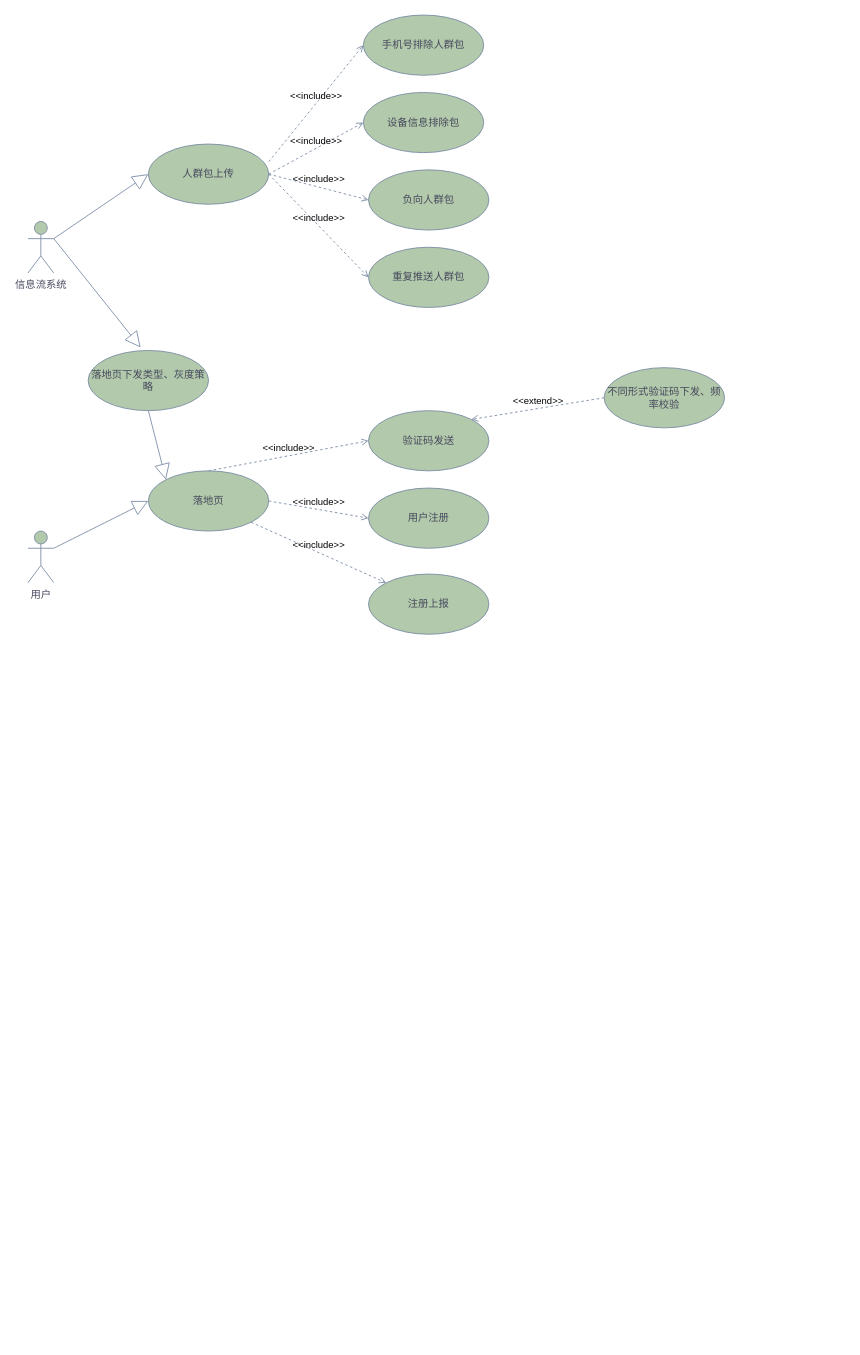
Earlier version of the draw.io diagram 信息流用例图.drawio (yuanlj-tea/picgo). Source tidied: cells renumbered, new cells numbered last; positions are measured from the earlier drawing's top-left corner, leaving out a move shared by most shapes. Both pictures are drawn from the tidied source at 86%, with x=0, y=0 at pixel (28, 15).
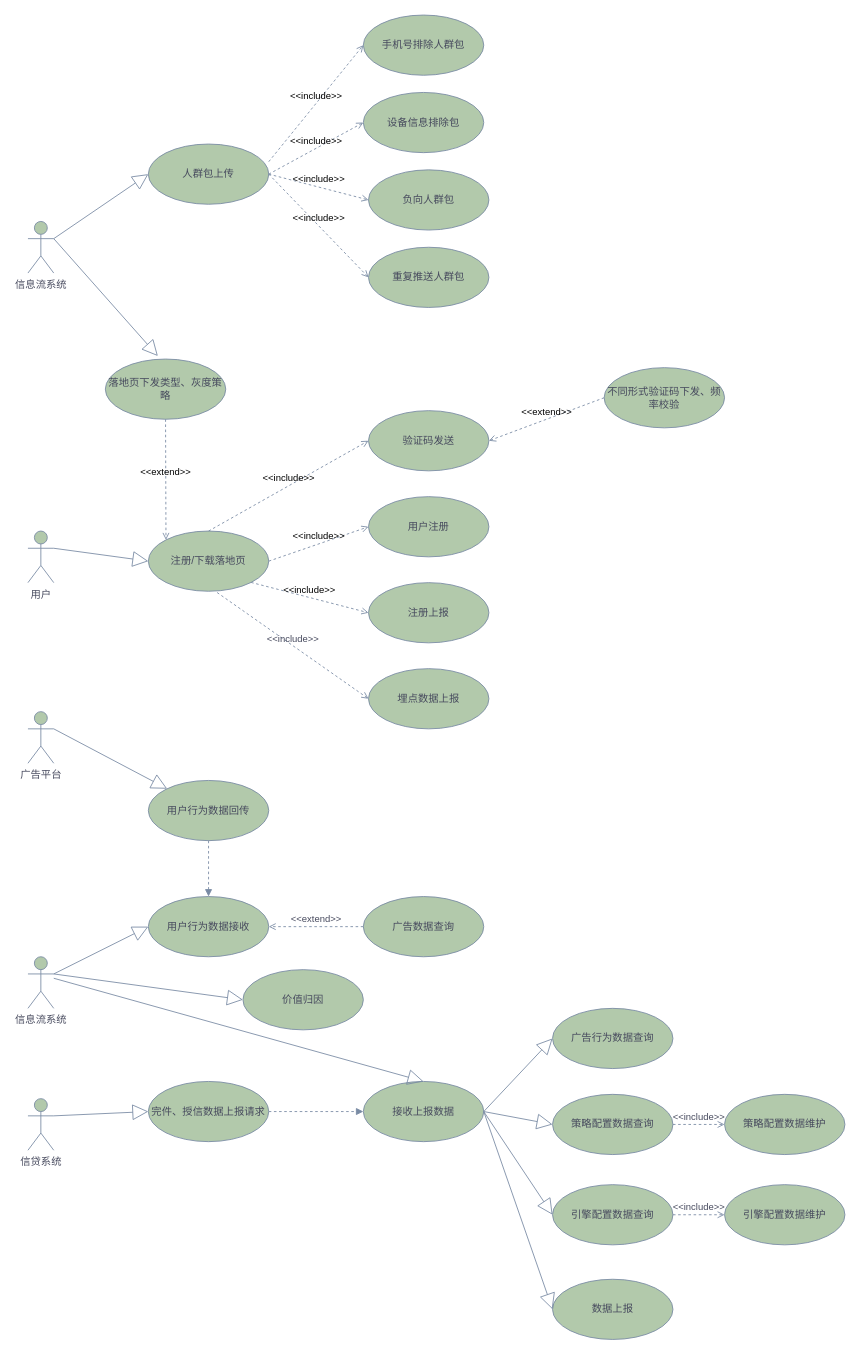
Above is the later version.

Commit message (it also covers changes not shown here):
更新信息流用例图.drawio

The change refers to these unchanged cells:
```xml
<mxCell id="16" value="验证码发送" style="ellipse;whiteSpace=wrap;html=1;labelBackgroundColor=none;fillColor=#B2C9AB;strokeColor=#788AA3;fontColor=#46495D;" parent="1" vertex="1">
  <mxGeometry x="396" y="460" width="140" height="70" as="geometry" />
</mxCell>
<mxCell id="18" value="不同形式验证码下发、频率校验" style="ellipse;whiteSpace=wrap;html=1;labelBackgroundColor=none;fillColor=#B2C9AB;strokeColor=#788AA3;fontColor=#46495D;" parent="1" vertex="1">
  <mxGeometry x="670" y="410" width="140" height="70" as="geometry" />
</mxCell>
```

What changed in the source:
```diff
@@
-    <mxCell id="3" value="落地页" style="ellipse;whiteSpace=wrap;html=1;labelBackgroundColor=none;fillColor=#B2C9AB;strokeColor=#788AA3;fontColor=#46495D;" parent="1" vertex="1">
-      <mxGeometry x="140" y="530" width="140" height="70" as="geometry" />
+    <mxCell id="3" value="注册/下载落地页" style="ellipse;whiteSpace=wrap;html=1;labelBackgroundColor=none;fillColor=#B2C9AB;strokeColor=#788AA3;fontColor=#46495D;" parent="1" vertex="1">
+      <mxGeometry x="140" y="600" width="140" height="70" as="geometry" />
     </mxCell>
@@
     <mxCell id="17" value="用户注册" style="ellipse;whiteSpace=wrap;html=1;labelBackgroundColor=none;fillColor=#B2C9AB;strokeColor=#788AA3;fontColor=#46495D;" parent="1" vertex="1">
-      <mxGeometry x="396" y="550" width="140" height="70" as="geometry" />
+      <mxGeometry x="396" y="560" width="140" height="70" as="geometry" />
     </mxCell>
@@
-    <mxCell id="19" value="&amp;lt;&amp;lt;extend&amp;gt;&amp;gt;" style="html=1;verticalAlign=bottom;labelBackgroundColor=none;endArrow=open;endFill=0;dashed=1;rounded=0;strokeColor=#788AA3;fontColor=default;fillColor=#B2C9AB;exitX=0;exitY=0.5;exitDx=0;exitDy=0;entryX=1;entryY=0;entryDx=0;entryDy=0;" parent="1" edge="1" source="18" target="16">
+    <mxCell id="19" value="&amp;lt;&amp;lt;extend&amp;gt;&amp;gt;" style="html=1;verticalAlign=bottom;labelBackgroundColor=none;endArrow=open;endFill=0;dashed=1;rounded=0;strokeColor=#788AA3;fontColor=default;fillColor=#B2C9AB;exitX=0;exitY=0.5;exitDx=0;exitDy=0;entryX=1;entryY=0.5;entryDx=0;entryDy=0;" parent="1" edge="1" source="18" target="16">
       <mxGeometry relative="1" as="geometry" />
     </mxCell>
@@
     <mxCell id="22" value="注册上报" style="ellipse;whiteSpace=wrap;html=1;labelBackgroundColor=none;fillColor=#B2C9AB;strokeColor=#788AA3;fontColor=#46495D;" parent="1" vertex="1">
-      <mxGeometry x="396" y="650" width="140" height="70" as="geometry" />
+      <mxGeometry x="396" y="660" width="140" height="70" as="geometry" />
     </mxCell>
-    <mxCell id="23" value="&amp;lt;&amp;lt;include&amp;gt;&amp;gt;" style="html=1;verticalAlign=bottom;labelBackgroundColor=none;endArrow=open;endFill=0;dashed=1;rounded=0;strokeColor=#788AA3;fontColor=default;fillColor=#B2C9AB;exitX=1;exitY=1;exitDx=0;exitDy=0;entryX=0;entryY=0;entryDx=0;entryDy=0;" parent="1" edge="1" source="3" target="22">
+    <mxCell id="23" value="&amp;lt;&amp;lt;include&amp;gt;&amp;gt;" style="html=1;verticalAlign=bottom;labelBackgroundColor=none;endArrow=open;endFill=0;dashed=1;rounded=0;strokeColor=#788AA3;fontColor=default;fillColor=#B2C9AB;exitX=1;exitY=1;exitDx=0;exitDy=0;entryX=0;entryY=0.5;entryDx=0;entryDy=0;" parent="1" edge="1" source="3" target="22">
       <mxGeometry relative="1" as="geometry" />
     </mxCell>
     <mxCell id="24" value="落地页下发类型、灰度策略" style="ellipse;whiteSpace=wrap;html=1;labelBackgroundColor=none;fillColor=#B2C9AB;strokeColor=#788AA3;fontColor=#46495D;" parent="1" vertex="1">
-      <mxGeometry x="70" y="390" width="140" height="70" as="geometry" />
+      <mxGeometry x="90" y="400" width="140" height="70" as="geometry" />
     </mxCell>
@@
-    <mxCell id="26" style="endArrow=block;endSize=16;endFill=0;html=1;rounded=0;entryX=0;entryY=0;entryDx=0;entryDy=0;exitX=0.5;exitY=1;exitDx=0;exitDy=0;labelBackgroundColor=none;strokeColor=#788AA3;fontColor=default;" parent="1" edge="1" source="24" target="3">
+    <mxCell id="26" value="&amp;lt;&amp;lt;extend&amp;gt;&amp;gt;" style="html=1;verticalAlign=bottom;labelBackgroundColor=none;endArrow=open;endFill=0;dashed=1;rounded=0;strokeColor=#788AA3;fontColor=default;fillColor=#B2C9AB;exitX=0.5;exitY=1;exitDx=0;exitDy=0;entryX=0;entryY=0;entryDx=0;entryDy=0;" parent="1" edge="1" source="24" target="3">
       <mxGeometry relative="1" as="geometry" />
     </mxCell>
+    <mxCell id="27" value="埋点数据上报" style="ellipse;whiteSpace=wrap;html=1;labelBackgroundColor=none;fillColor=#B2C9AB;strokeColor=#788AA3;fontColor=#46495D;" parent="1" vertex="1">
+      <mxGeometry x="396" y="760" width="140" height="70" as="geometry" />
+    </mxCell>
+    <mxCell id="28" value="&amp;lt;&amp;lt;include&amp;gt;&amp;gt;" style="html=1;verticalAlign=bottom;labelBackgroundColor=none;endArrow=open;endFill=0;dashed=1;rounded=0;strokeColor=#788AA3;fontColor=#46495D;fillColor=#B2C9AB;exitX=0.571;exitY=1.021;exitDx=0;exitDy=0;exitPerimeter=0;entryX=0;entryY=0.5;entryDx=0;entryDy=0;" parent="1" edge="1" source="3" target="27">
+      <mxGeometry relative="1" as="geometry" />
+    </mxCell>
+    <mxCell id="29" value="广告平台" style="shape=umlActor;verticalLabelPosition=bottom;verticalAlign=top;html=1;labelBackgroundColor=none;fillColor=#B2C9AB;strokeColor=#788AA3;fontColor=#46495D;" parent="1" vertex="1">
+      <mxGeometry y="810" width="30" height="60" as="geometry" />
+    </mxCell>
+    <mxCell id="30" value="用户行为数据回传" style="ellipse;whiteSpace=wrap;html=1;labelBackgroundColor=none;fillColor=#B2C9AB;strokeColor=#788AA3;fontColor=#46495D;" parent="1" vertex="1">
+      <mxGeometry x="140" y="890" width="140" height="70" as="geometry" />
+    </mxCell>
+    <mxCell id="31" value="信息流系统" style="shape=umlActor;verticalLabelPosition=bottom;verticalAlign=top;html=1;labelBackgroundColor=none;fillColor=#B2C9AB;strokeColor=#788AA3;fontColor=#46495D;" parent="1" vertex="1">
+      <mxGeometry y="1095" width="30" height="60" as="geometry" />
+    </mxCell>
+    <mxCell id="32" style="endArrow=block;endSize=16;endFill=0;html=1;rounded=0;exitX=1;exitY=0.3333333333333333;exitDx=0;exitDy=0;exitPerimeter=0;labelBackgroundColor=none;strokeColor=#788AA3;fontColor=default;" parent="1" edge="1" source="29" target="30">
+      <mxGeometry relative="1" as="geometry" />
+    </mxCell>
+    <mxCell id="33" value="用户行为数据接收" style="ellipse;whiteSpace=wrap;html=1;labelBackgroundColor=none;fillColor=#B2C9AB;strokeColor=#788AA3;fontColor=#46495D;" parent="1" vertex="1">
+      <mxGeometry x="140" y="1025" width="140" height="70" as="geometry" />
+    </mxCell>
+    <mxCell id="34" style="endArrow=block;endSize=16;endFill=0;html=1;rounded=0;entryX=0;entryY=0.5;entryDx=0;entryDy=0;exitX=1;exitY=0.3333333333333333;exitDx=0;exitDy=0;exitPerimeter=0;labelBackgroundColor=none;strokeColor=#788AA3;fontColor=default;" parent="1" edge="1" source="31" target="33">
+      <mxGeometry relative="1" as="geometry" />
+    </mxCell>
+    <mxCell id="35" style="html=1;verticalAlign=bottom;labelBackgroundColor=none;endArrow=block;endFill=1;dashed=1;rounded=0;strokeColor=#788AA3;fontColor=#46495D;fillColor=#B2C9AB;exitX=0.5;exitY=1;exitDx=0;exitDy=0;entryX=0.5;entryY=0;entryDx=0;entryDy=0;" parent="1" edge="1" source="30" target="33">
+      <mxGeometry relative="1" as="geometry" />
+    </mxCell>
+    <mxCell id="36" value="广告数据查询" style="ellipse;whiteSpace=wrap;html=1;labelBackgroundColor=none;fillColor=#B2C9AB;strokeColor=#788AA3;fontColor=#46495D;" parent="1" vertex="1">
+      <mxGeometry x="390" y="1025" width="140" height="70" as="geometry" />
+    </mxCell>
+    <mxCell id="37" value="&amp;lt;&amp;lt;extend&amp;gt;&amp;gt;" style="html=1;verticalAlign=bottom;labelBackgroundColor=none;endArrow=open;endFill=0;dashed=1;rounded=0;strokeColor=#788AA3;fontColor=#46495D;fillColor=#B2C9AB;exitX=0;exitY=0.5;exitDx=0;exitDy=0;entryX=1;entryY=0.5;entryDx=0;entryDy=0;" parent="1" edge="1" source="36" target="33">
+      <mxGeometry relative="1" as="geometry" />
+    </mxCell>
+    <mxCell id="38" value="信贷系统" style="shape=umlActor;verticalLabelPosition=bottom;verticalAlign=top;html=1;labelBackgroundColor=none;fillColor=#B2C9AB;strokeColor=#788AA3;fontColor=#46495D;" parent="1" vertex="1">
+      <mxGeometry y="1260" width="30" height="60" as="geometry" />
+    </mxCell>
+    <mxCell id="39" value="完件、授信数据上报请求" style="ellipse;whiteSpace=wrap;html=1;labelBackgroundColor=none;fillColor=#B2C9AB;strokeColor=#788AA3;fontColor=#46495D;" parent="1" vertex="1">
+      <mxGeometry x="140" y="1240" width="140" height="70" as="geometry" />
+    </mxCell>
+    <mxCell id="40" style="endArrow=block;endSize=16;endFill=0;html=1;rounded=0;entryX=0;entryY=0.5;entryDx=0;entryDy=0;exitX=1;exitY=0.3333333333333333;exitDx=0;exitDy=0;exitPerimeter=0;labelBackgroundColor=none;strokeColor=#788AA3;fontColor=default;" parent="1" edge="1" source="38" target="39">
+      <mxGeometry relative="1" as="geometry" />
+    </mxCell>
+    <mxCell id="41" value="接收上报数据" style="ellipse;whiteSpace=wrap;html=1;labelBackgroundColor=none;fillColor=#B2C9AB;strokeColor=#788AA3;fontColor=#46495D;" parent="1" vertex="1">
+      <mxGeometry x="390" y="1240" width="140" height="70" as="geometry" />
+    </mxCell>
+    <mxCell id="42" style="endArrow=block;endSize=16;endFill=0;html=1;rounded=0;entryX=0.5;entryY=0;entryDx=0;entryDy=0;labelBackgroundColor=none;strokeColor=#788AA3;fontColor=default;" parent="1" edge="1" target="41">
+      <mxGeometry relative="1" as="geometry">
+        <mxPoint x="30" y="1120" as="sourcePoint" />
+      </mxGeometry>
+    </mxCell>
+    <mxCell id="43" style="html=1;verticalAlign=bottom;labelBackgroundColor=none;endArrow=block;endFill=1;dashed=1;rounded=0;strokeColor=#788AA3;fontColor=#46495D;fillColor=#B2C9AB;exitX=1;exitY=0.5;exitDx=0;exitDy=0;entryX=0;entryY=0.5;entryDx=0;entryDy=0;" parent="1" edge="1" source="39" target="41">
+      <mxGeometry relative="1" as="geometry" />
+    </mxCell>
+    <mxCell id="44" value="广告行为数据查询" style="ellipse;whiteSpace=wrap;html=1;labelBackgroundColor=none;fillColor=#B2C9AB;strokeColor=#788AA3;fontColor=#46495D;" parent="1" vertex="1">
+      <mxGeometry x="610" y="1155" width="140" height="70" as="geometry" />
+    </mxCell>
+    <mxCell id="45" value="策略配置数据查询" style="ellipse;whiteSpace=wrap;html=1;labelBackgroundColor=none;fillColor=#B2C9AB;strokeColor=#788AA3;fontColor=#46495D;" parent="1" vertex="1">
+      <mxGeometry x="610" y="1255" width="140" height="70" as="geometry" />
+    </mxCell>
+    <mxCell id="46" value="引擎配置数据查询" style="ellipse;whiteSpace=wrap;html=1;labelBackgroundColor=none;fillColor=#B2C9AB;strokeColor=#788AA3;fontColor=#46495D;" parent="1" vertex="1">
+      <mxGeometry x="610" y="1360" width="140" height="70" as="geometry" />
+    </mxCell>
+    <mxCell id="47" style="endArrow=block;endSize=16;endFill=0;html=1;rounded=0;entryX=0;entryY=0.5;entryDx=0;entryDy=0;labelBackgroundColor=none;strokeColor=#788AA3;fontColor=default;exitX=1;exitY=0.5;exitDx=0;exitDy=0;" parent="1" edge="1" source="41" target="45">
+      <mxGeometry relative="1" as="geometry" />
+    </mxCell>
+    <mxCell id="48" style="endArrow=block;endSize=16;endFill=0;html=1;rounded=0;entryX=0;entryY=0.5;entryDx=0;entryDy=0;labelBackgroundColor=none;strokeColor=#788AA3;fontColor=default;exitX=1;exitY=0.5;exitDx=0;exitDy=0;" parent="1" edge="1" source="41" target="44">
+      <mxGeometry relative="1" as="geometry" />
+    </mxCell>
+    <mxCell id="49" style="endArrow=block;endSize=16;endFill=0;html=1;rounded=0;entryX=0;entryY=0.5;entryDx=0;entryDy=0;labelBackgroundColor=none;strokeColor=#788AA3;fontColor=default;exitX=1;exitY=0.5;exitDx=0;exitDy=0;" parent="1" edge="1" source="41" target="46">
+      <mxGeometry relative="1" as="geometry" />
+    </mxCell>
+    <mxCell id="50" value="策略配置数据维护" style="ellipse;whiteSpace=wrap;html=1;labelBackgroundColor=none;fillColor=#B2C9AB;strokeColor=#788AA3;fontColor=#46495D;" parent="1" vertex="1">
+      <mxGeometry x="810" y="1255" width="140" height="70" as="geometry" />
+    </mxCell>
+    <mxCell id="51" value="引擎配置数据维护" style="ellipse;whiteSpace=wrap;html=1;labelBackgroundColor=none;fillColor=#B2C9AB;strokeColor=#788AA3;fontColor=#46495D;" parent="1" vertex="1">
+      <mxGeometry x="810" y="1360" width="140" height="70" as="geometry" />
+    </mxCell>
+    <mxCell id="52" value="&amp;lt;&amp;lt;include&amp;gt;&amp;gt;" style="html=1;verticalAlign=bottom;labelBackgroundColor=none;endArrow=open;endFill=0;dashed=1;rounded=0;strokeColor=#788AA3;fontColor=#46495D;fillColor=#B2C9AB;exitX=1;exitY=0.5;exitDx=0;exitDy=0;entryX=0;entryY=0.5;entryDx=0;entryDy=0;" parent="1" edge="1" source="45" target="50">
+      <mxGeometry relative="1" as="geometry" />
+    </mxCell>
+    <mxCell id="53" value="&amp;lt;&amp;lt;include&amp;gt;&amp;gt;" style="html=1;verticalAlign=bottom;labelBackgroundColor=none;endArrow=open;endFill=0;dashed=1;rounded=0;strokeColor=#788AA3;fontColor=#46495D;fillColor=#B2C9AB;exitX=1;exitY=0.5;exitDx=0;exitDy=0;entryX=0;entryY=0.5;entryDx=0;entryDy=0;" parent="1" edge="1" source="46" target="51">
+      <mxGeometry relative="1" as="geometry" />
+    </mxCell>
+    <mxCell id="54" value="数据上报" style="ellipse;whiteSpace=wrap;html=1;labelBackgroundColor=none;fillColor=#B2C9AB;strokeColor=#788AA3;fontColor=#46495D;" parent="1" vertex="1">
+      <mxGeometry x="610" y="1470" width="140" height="70" as="geometry" />
+    </mxCell>
+    <mxCell id="55" style="endArrow=block;endSize=16;endFill=0;html=1;rounded=0;entryX=0;entryY=0.5;entryDx=0;entryDy=0;labelBackgroundColor=none;strokeColor=#788AA3;fontColor=default;exitX=1;exitY=0.5;exitDx=0;exitDy=0;" parent="1" edge="1" source="41" target="54">
+      <mxGeometry relative="1" as="geometry" />
+    </mxCell>
+    <mxCell id="56" value="价值归因" style="ellipse;whiteSpace=wrap;html=1;labelBackgroundColor=none;fillColor=#B2C9AB;strokeColor=#788AA3;fontColor=#46495D;" parent="1" vertex="1">
+      <mxGeometry x="250" y="1110" width="140" height="70" as="geometry" />
+    </mxCell>
+    <mxCell id="57" style="endArrow=block;endSize=16;endFill=0;html=1;rounded=0;entryX=0;entryY=0.5;entryDx=0;entryDy=0;exitX=1;exitY=0.3333333333333333;exitDx=0;exitDy=0;exitPerimeter=0;labelBackgroundColor=none;strokeColor=#788AA3;fontColor=default;" parent="1" edge="1" source="31" target="56">
+      <mxGeometry relative="1" as="geometry" />
+    </mxCell>
```
